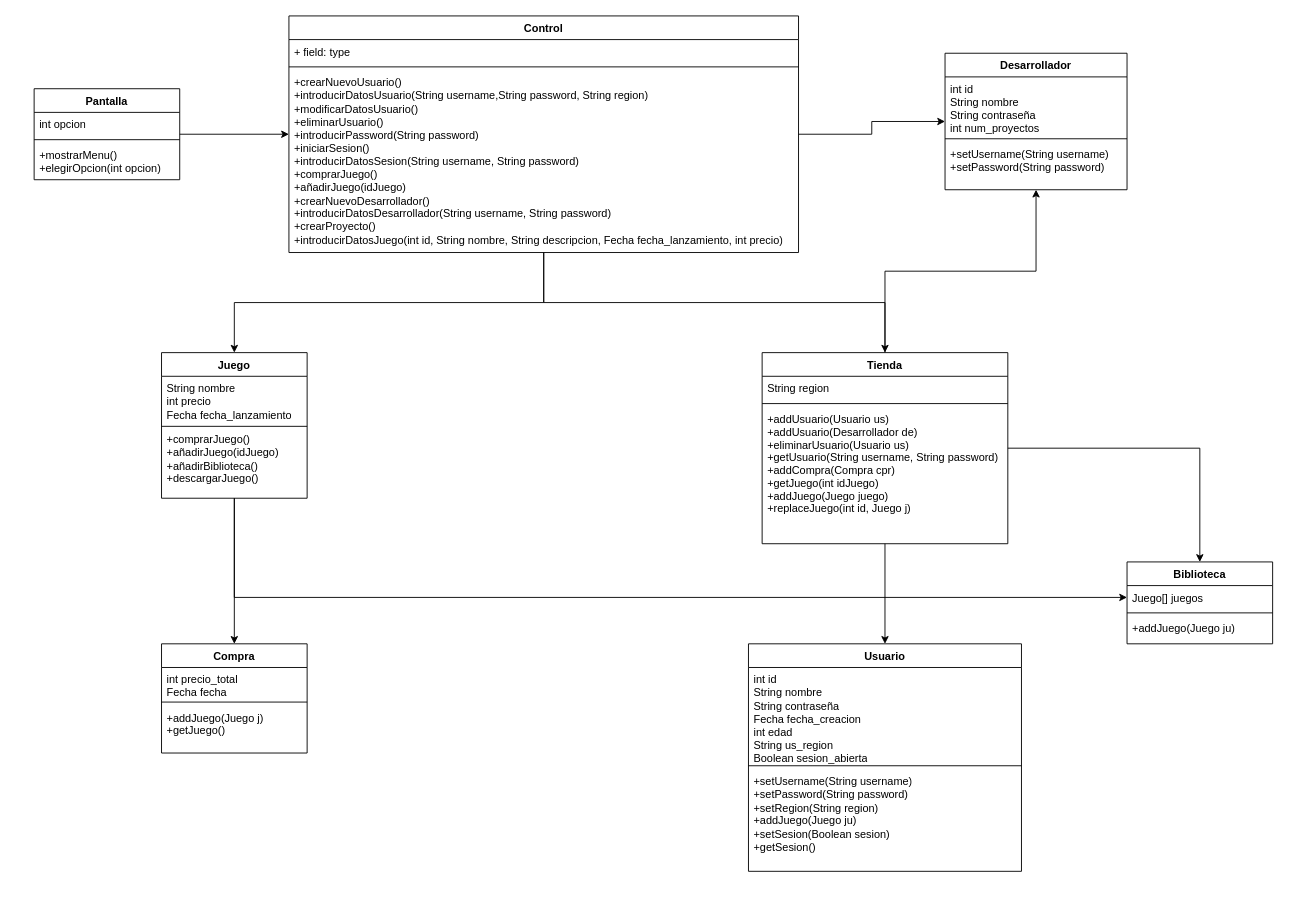
chuckinvictus/GymBooking keeps this draw.io diagram as Untitled Diagram.drawio. Above is the earlier version. Source tidied: cells renumbered, new cells numbered last; positions are measured from the earlier drawing's top-left corner, leaving out a move shared by most shapes. Both pictures are drawn from the tidied source at 91%, with x=0, y=0 at pixel (34, 15).
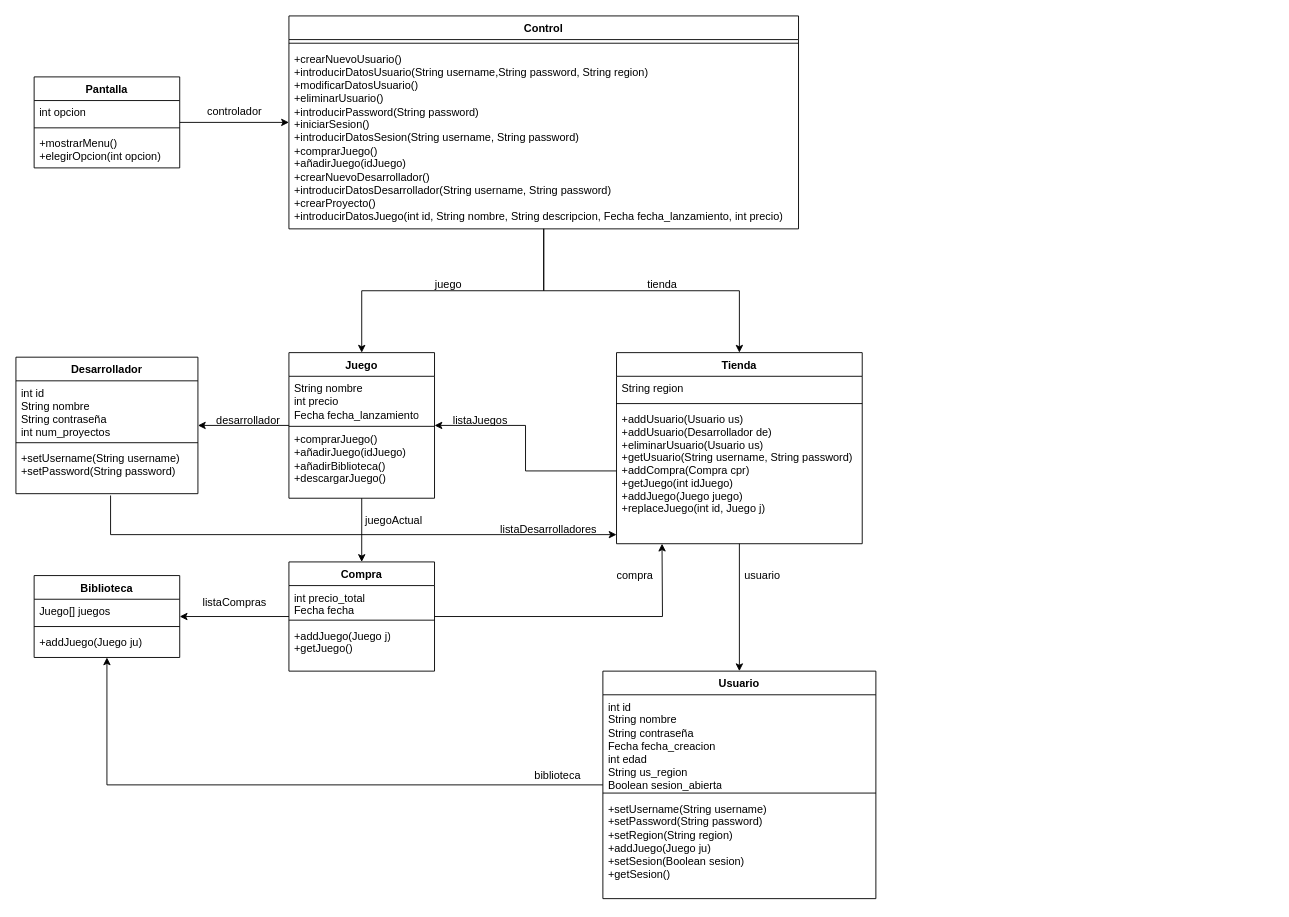
After the change.

Unchanged cells that the change refers to:
```xml
<mxCell id="8" value="+addUsuario(Usuario us)&#10;+addUsuario(Desarrollador de)&#10;+eliminarUsuario(Usuario us)&#10;+getUsuario(String username, String password)&#10;+addCompra(Compra cpr)&#10;+getJuego(int idJuego)&#10;+addJuego(Juego juego)&#10;+replaceJuego(int id, Juego j)&#10;" style="text;align=left;verticalAlign=top;spacingLeft=4;spacingRight=4;overflow=hidden;points=[[0,0.5],[1,0.5]];portConstraint=eastwest;" parent="5" vertex="1">
  <mxGeometry y="60" width="270" height="140" as="geometry" />
</mxCell>
<mxCell id="10" value="Juego[] juegos" style="text;strokeColor=none;fillColor=none;align=left;verticalAlign=top;spacingLeft=4;spacingRight=4;overflow=hidden;points=[[0,0.5],[1,0.5]];portConstraint=eastwest;whiteSpace=wrap;html=1;" parent="9" vertex="1">
  <mxGeometry y="26" width="160" height="26" as="geometry" />
</mxCell>
```

Diff of the diagram source:
```diff
@@
-    <mxCell id="3" style="edgeStyle=orthogonalEdgeStyle;rounded=0;jettySize=auto;html=1;" parent="1" edge="1" source="5" target="9">
-      <mxGeometry relative="1" as="geometry" />
-    </mxCell>
-    <mxCell id="4" style="edgeStyle=orthogonalEdgeStyle;rounded=0;jettySize=auto;html=1;" parent="1" edge="1" source="5" target="27">
-      <mxGeometry relative="1" as="geometry" />
-    </mxCell>
     <mxCell id="5" value="Tienda" style="swimlane;fontStyle=1;align=center;verticalAlign=top;horizontal=1;startSize=26;rounded=0;shadow=0;strokeWidth=1;" parent="1" vertex="1">
-      <mxGeometry x="800" y="370" width="270" height="210" as="geometry" />
+      <mxGeometry x="640" y="370" width="270" height="210" as="geometry" />
     </mxCell>
@@
     <mxCell id="9" value="Biblioteca" style="swimlane;fontStyle=1;align=center;verticalAlign=top;horizontal=1;startSize=26;whiteSpace=wrap;html=1;" parent="1" vertex="1">
-      <mxGeometry x="1201" y="600" width="160" height="90" as="geometry" />
+      <mxGeometry y="615" width="160" height="90" as="geometry" />
     </mxCell>
@@
+    <mxCell id="43" style="edgeStyle=orthogonalEdgeStyle;rounded=0;jettySize=auto;html=1;" parent="1" edge="1" source="13" target="9">
+      <mxGeometry relative="1" as="geometry" />
+    </mxCell>
     <mxCell id="13" value="Usuario" style="swimlane;fontStyle=1;align=center;verticalAlign=top;horizontal=1;startSize=26;whiteSpace=wrap;html=1;" parent="1" vertex="1">
-      <mxGeometry x="785" y="690" width="300" height="250" as="geometry" />
+      <mxGeometry x="625" y="720" width="300" height="250" as="geometry" />
     </mxCell>
@@
+    <mxCell id="44" style="edgeStyle=orthogonalEdgeStyle;rounded=0;jettySize=auto;html=1;" parent="1" edge="1" source="17" target="9">
+      <mxGeometry relative="1" as="geometry" />
+    </mxCell>
+    <mxCell id="45" style="edgeStyle=orthogonalEdgeStyle;rounded=0;jettySize=auto;html=1;" parent="1" edge="1" source="17">
+      <mxGeometry relative="1" as="geometry">
+        <mxPoint x="690" y="580" as="targetPoint" />
+      </mxGeometry>
+    </mxCell>
     <mxCell id="17" value="Compra" style="swimlane;fontStyle=1;align=center;verticalAlign=top;horizontal=1;startSize=26;whiteSpace=wrap;html=1;" parent="1" vertex="1">
-      <mxGeometry x="140" y="690" width="160" height="120" as="geometry" />
+      <mxGeometry x="280" y="600" width="160" height="120" as="geometry" />
     </mxCell>
@@
-    <mxCell id="22" style="edgeStyle=orthogonalEdgeStyle;rounded=0;jettySize=auto;html=1;entryX=0;entryY=0.5;entryDx=0;entryDy=0;" parent="1" edge="1" source="23" target="10">
-      <mxGeometry relative="1" as="geometry" />
-    </mxCell>
+    <mxCell id="46" style="edgeStyle=orthogonalEdgeStyle;rounded=0;jettySize=auto;html=1;" parent="1" edge="1" source="23" target="27">
+      <mxGeometry relative="1" as="geometry" />
+    </mxCell>
     <mxCell id="23" value="Juego" style="swimlane;fontStyle=1;align=center;verticalAlign=top;horizontal=1;startSize=26;whiteSpace=wrap;html=1;" parent="1" vertex="1">
-      <mxGeometry x="140" y="370" width="160" height="160" as="geometry" />
+      <mxGeometry x="280" y="370" width="160" height="160" as="geometry" />
     </mxCell>
@@
+    <mxCell id="47" style="edgeStyle=orthogonalEdgeStyle;rounded=0;orthogonalLoop=1;jettySize=auto;html=1;entryX=-0.015;entryY=0.986;entryDx=0;entryDy=0;entryPerimeter=0;" parent="1" edge="1">
+      <mxGeometry relative="1" as="geometry">
+        <mxPoint x="84" y="527" as="sourcePoint" />
+        <mxPoint x="640" y="570" as="targetPoint" />
+        <Array as="points">
+          <mxPoint x="84" y="570" />
+        </Array>
+      </mxGeometry>
+    </mxCell>
     <mxCell id="27" value="Desarrollador" style="swimlane;fontStyle=1;align=center;verticalAlign=top;horizontal=1;startSize=26;whiteSpace=wrap;html=1;" parent="1" vertex="1">
-      <mxGeometry x="1001" y="41" width="200" height="150" as="geometry" />
+      <mxGeometry x="-20" y="375" width="200" height="150" as="geometry" />
     </mxCell>
@@
-    <mxCell id="33" style="edgeStyle=orthogonalEdgeStyle;rounded=0;jettySize=auto;html=1;" parent="1" edge="1" source="34" target="27">
-      <mxGeometry relative="1" as="geometry" />
-    </mxCell>
     <mxCell id="34" value="&lt;div&gt;Control&lt;/div&gt;" style="swimlane;fontStyle=1;align=center;verticalAlign=top;horizontal=1;startSize=26;whiteSpace=wrap;html=1;" parent="1" vertex="1">
-      <mxGeometry x="280" width="560" height="260" as="geometry" />
+      <mxGeometry x="280" width="560" height="234" as="geometry" />
     </mxCell>
-    <mxCell id="35" value="+ field: type" style="text;strokeColor=none;fillColor=none;align=left;verticalAlign=top;spacingLeft=4;spacingRight=4;overflow=hidden;whiteSpace=wrap;html=1;" parent="34" vertex="1">
-      <mxGeometry y="26" width="560" height="26" as="geometry" />
-    </mxCell>
     <mxCell id="36" style="line;strokeWidth=1;fillColor=none;align=left;verticalAlign=middle;spacingTop=-1;spacingLeft=3;spacingRight=3;labelPosition=right;strokeColor=inherit;" parent="34" vertex="1">
-      <mxGeometry y="52" width="560" height="8" as="geometry" />
+      <mxGeometry y="26" width="560" height="8" as="geometry" />
     </mxCell>
     <mxCell id="37" value="&lt;div&gt;+crearNuevoUsuario()&lt;/div&gt;&lt;div&gt;+introducirDatosUsuario(String username,String password, String region)&lt;/div&gt;&lt;div&gt;+modificarDatosUsuario()&lt;/div&gt;&lt;div&gt;+eliminarUsuario()&lt;/div&gt;&lt;div&gt;+introducirPassword(String password)&lt;/div&gt;&lt;div&gt;+iniciarSesion()&lt;br&gt;&lt;/div&gt;&lt;div&gt;+introducirDatosSesion(String username, String password)&lt;/div&gt;&lt;div&gt;+comprarJuego()&lt;/div&gt;&lt;div&gt;+añadirJuego(idJuego)&lt;/div&gt;&lt;div&gt;+crearNuevoDesarrollador()&lt;/div&gt;&lt;div&gt;+introducirDatosDesarrollador(String username, String password)&lt;/div&gt;&lt;div&gt;+crearProyecto()&lt;/div&gt;&lt;div&gt;+introducirDatosJuego(int id, String nombre, String descripcion, Fecha fecha_lanzamiento, int precio)&lt;/div&gt;" style="text;strokeColor=none;fillColor=none;align=left;verticalAlign=top;spacingLeft=4;spacingRight=4;overflow=hidden;whiteSpace=wrap;html=1;" parent="34" vertex="1">
-      <mxGeometry y="60" width="560" height="200" as="geometry" />
+      <mxGeometry y="34" width="560" height="200" as="geometry" />
     </mxCell>
@@
     <mxCell id="39" value="Pantalla" style="swimlane;fontStyle=1;align=center;verticalAlign=top;horizontal=1;startSize=26;whiteSpace=wrap;html=1;" parent="1" vertex="1">
-      <mxGeometry y="80" width="160" height="100" as="geometry" />
+      <mxGeometry y="67" width="160" height="100" as="geometry" />
     </mxCell>
@@
+    <mxCell id="48" value="usuario" style="text;html=1;align=center;verticalAlign=middle;strokeColor=none;fillColor=none;" parent="1" vertex="1">
+      <mxGeometry x="770" y="600" width="60" height="30" as="geometry" />
+    </mxCell>
+    <mxCell id="49" value="controlador" style="text;html=1;align=center;verticalAlign=middle;strokeColor=none;fillColor=none;" parent="1" vertex="1">
+      <mxGeometry x="180" y="90" width="80" height="30" as="geometry" />
+    </mxCell>
+    <mxCell id="50" value="&lt;div&gt;tienda&lt;/div&gt;" style="text;html=1;align=center;verticalAlign=middle;strokeColor=none;fillColor=none;" parent="1" vertex="1">
+      <mxGeometry x="660" y="280" width="60" height="30" as="geometry" />
+    </mxCell>
+    <mxCell id="51" value="listaCompras" style="text;html=1;align=center;verticalAlign=middle;strokeColor=none;fillColor=none;" parent="1" vertex="1">
+      <mxGeometry x="175" y="630" width="90" height="30" as="geometry" />
+    </mxCell>
+    <mxCell id="52" value="juego" style="text;html=1;align=center;verticalAlign=middle;strokeColor=none;fillColor=none;" parent="1" vertex="1">
+      <mxGeometry x="430" y="280" width="50" height="30" as="geometry" />
+    </mxCell>
+    <mxCell id="53" value="juegoActual" style="text;html=1;align=center;verticalAlign=middle;strokeColor=none;fillColor=none;" parent="1" vertex="1">
+      <mxGeometry x="350" y="540" width="90" height="30" as="geometry" />
+    </mxCell>
+    <mxCell id="54" value="listaJuegos" style="text;html=1;align=center;verticalAlign=middle;strokeColor=none;fillColor=none;" parent="1" vertex="1">
+      <mxGeometry x="450" y="430" width="80" height="30" as="geometry" />
+    </mxCell>
+    <mxCell id="55" value="desarrollador" style="text;html=1;align=center;verticalAlign=middle;strokeColor=none;fillColor=none;" parent="1" vertex="1">
+      <mxGeometry x="190" y="430" width="90" height="30" as="geometry" />
+    </mxCell>
+    <mxCell id="56" style="edgeStyle=orthogonalEdgeStyle;rounded=0;jettySize=auto;html=1;" parent="1" edge="1" source="8" target="23">
+      <mxGeometry relative="1" as="geometry" />
+    </mxCell>
+    <mxCell id="57" value="&lt;div&gt;biblioteca&lt;/div&gt;" style="text;html=1;align=center;verticalAlign=middle;strokeColor=none;fillColor=none;" parent="1" vertex="1">
+      <mxGeometry x="540" y="820" width="70" height="30" as="geometry" />
+    </mxCell>
+    <mxCell id="58" value="compra" style="text;html=1;align=center;verticalAlign=middle;strokeColor=none;fillColor=none;" parent="1" vertex="1">
+      <mxGeometry x="630" y="600" width="60" height="30" as="geometry" />
+    </mxCell>
+    <mxCell id="59" value="listaDesarrolladores" style="text;html=1;align=center;verticalAlign=middle;strokeColor=none;fillColor=none;" parent="1" vertex="1">
+      <mxGeometry x="500" y="550" width="130" height="30" as="geometry" />
+    </mxCell>
```
